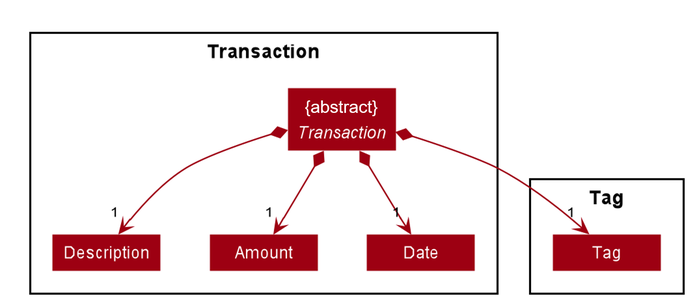
Before: docs/images/ModelTransactionClassDiagram.png, a diagram exported from PlantUML (syinyichen/main). Its source is kept beside it as docs/diagrams/ModelTransactionClassDiagram.puml. Its diagram source:
```plantuml
@startuml
!include style.puml
skinparam padding 2
skinparam minClassWidth 80
skinparam arrowFontSize 10
skinparam arrowThickness 1.1
skinparam arrowColor MODEL_COLOR
skinparam classBackgroundColor MODEL_COLOR

Package Transaction {
abstract Transaction <<abstract>>
Class Description
Class Amount
Class Date
}

Package Tag {
Class Tag
}

Transaction *--> "1" Description
Transaction *--> "1" Amount
Transaction *--> "1" Date
Transaction *--> "1" Tag

@enduml
```
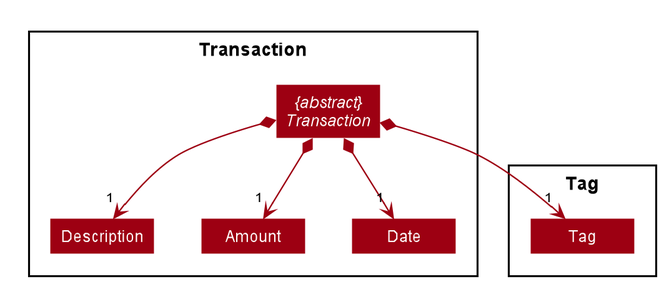
After the commit.

What changed in the source:
```diff
@@ -8,7 +8,7 @@
 skinparam classBackgroundColor MODEL_COLOR
 
 Package Transaction {
-abstract Transaction <<abstract>>
+abstract "{abstract}\nTransaction" as Transaction
 Class Description
 Class Amount
 Class Date
```
